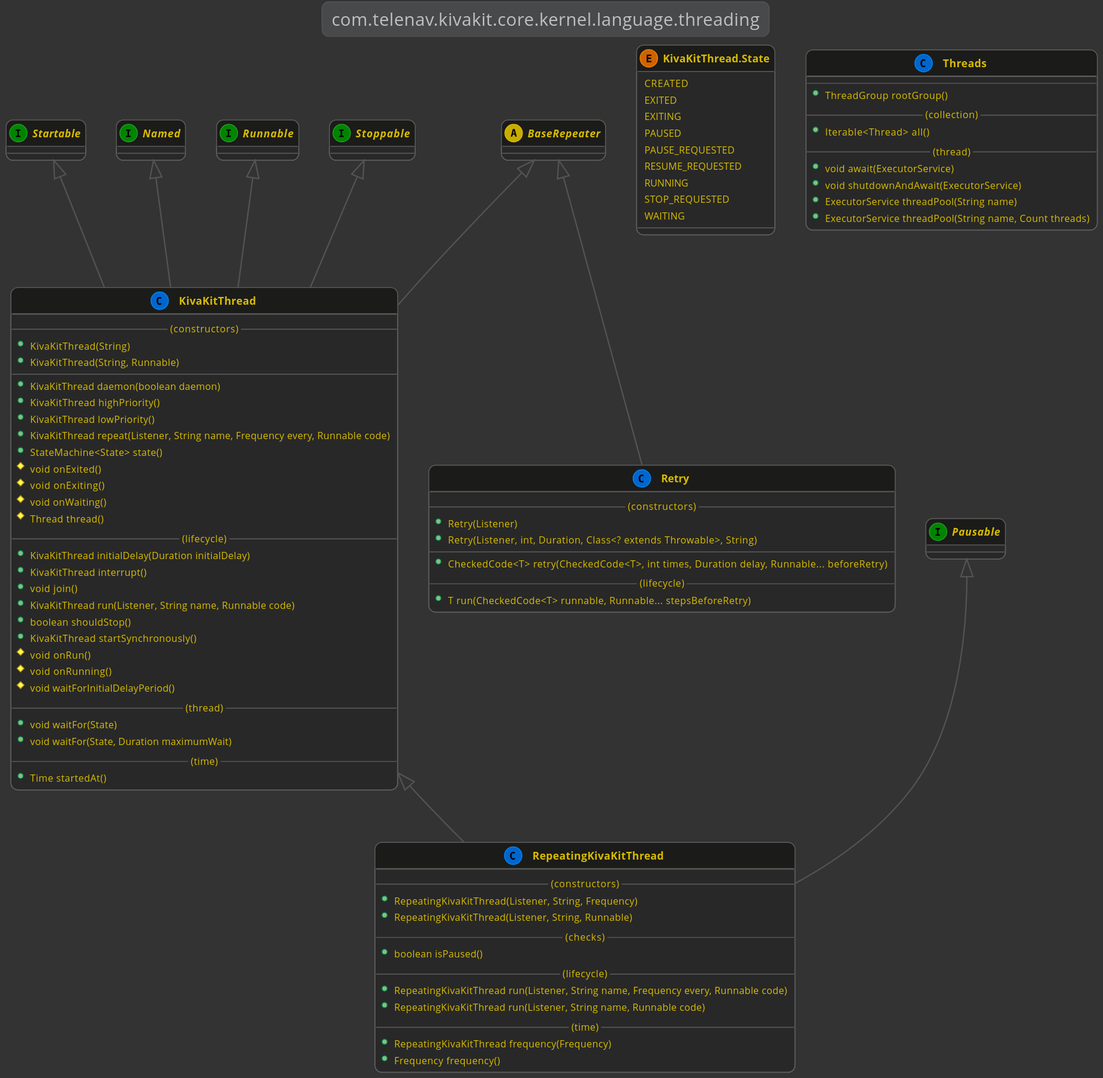
The PlantUML diagram kivakit-core/kernel/documentation/diagrams/com.telenav.kivakit.core.kernel.language.threading.svg in Telenav/kivakit, before a commit.
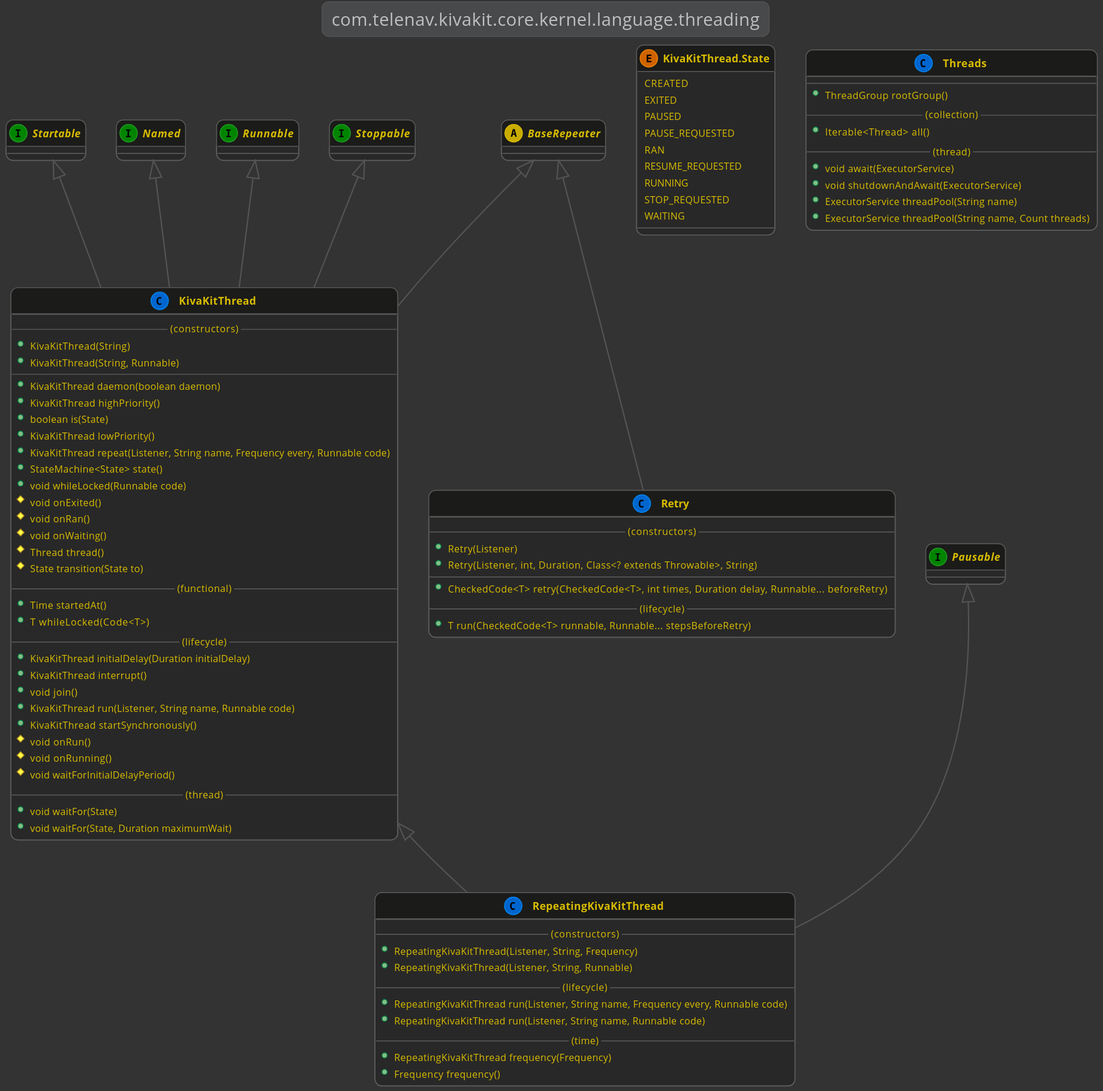
The same diagram one commit later.

The edit, as a diff of the source:
```diff
@@ -25,19 +25,24 @@
         --
         +KivaKitThread daemon(boolean daemon)
         +KivaKitThread highPriority()
+        +boolean is(State)
         +KivaKitThread lowPriority()
         +KivaKitThread repeat(Listener, String name, Frequency every, Runnable code)
         +StateMachine<State> state()
+        +void whileLocked(Runnable code)
         #void onExited()
-        #void onExiting()
+        #void onRan()
         #void onWaiting()
         #Thread thread()
+        #State transition(State to)
+        --(functional)--
+        +Time startedAt()
+        +T whileLocked(Code<T>)
         --(lifecycle)--
         +KivaKitThread initialDelay(Duration initialDelay)
         +KivaKitThread interrupt()
         +void join()
         +KivaKitThread run(Listener, String name, Runnable code)
-        +boolean shouldStop()
         +KivaKitThread startSynchronously()
         #void onRun()
         #void onRunning()
@@ -45,8 +50,6 @@
         --(thread)--
         +void waitFor(State)
         +void waitFor(State, Duration maximumWait)
-        --(time)--
-        +Time startedAt()
     }
 
     KivaKitThread <|-- RepeatingKivaKitThread
@@ -56,8 +59,6 @@
         --(constructors)--
         +RepeatingKivaKitThread(Listener, String, Frequency)
         +RepeatingKivaKitThread(Listener, String, Runnable)
-        --(checks)--
-        +boolean isPaused()
         --(lifecycle)--
         +RepeatingKivaKitThread run(Listener, String name, Frequency every, Runnable code)
         +RepeatingKivaKitThread run(Listener, String name, Runnable code)
@@ -82,9 +83,9 @@
     {
         CREATED
         EXITED
-        EXITING
         PAUSED
         PAUSE_REQUESTED
+        RAN
         RESUME_REQUESTED
         RUNNING
         STOP_REQUESTED
```
